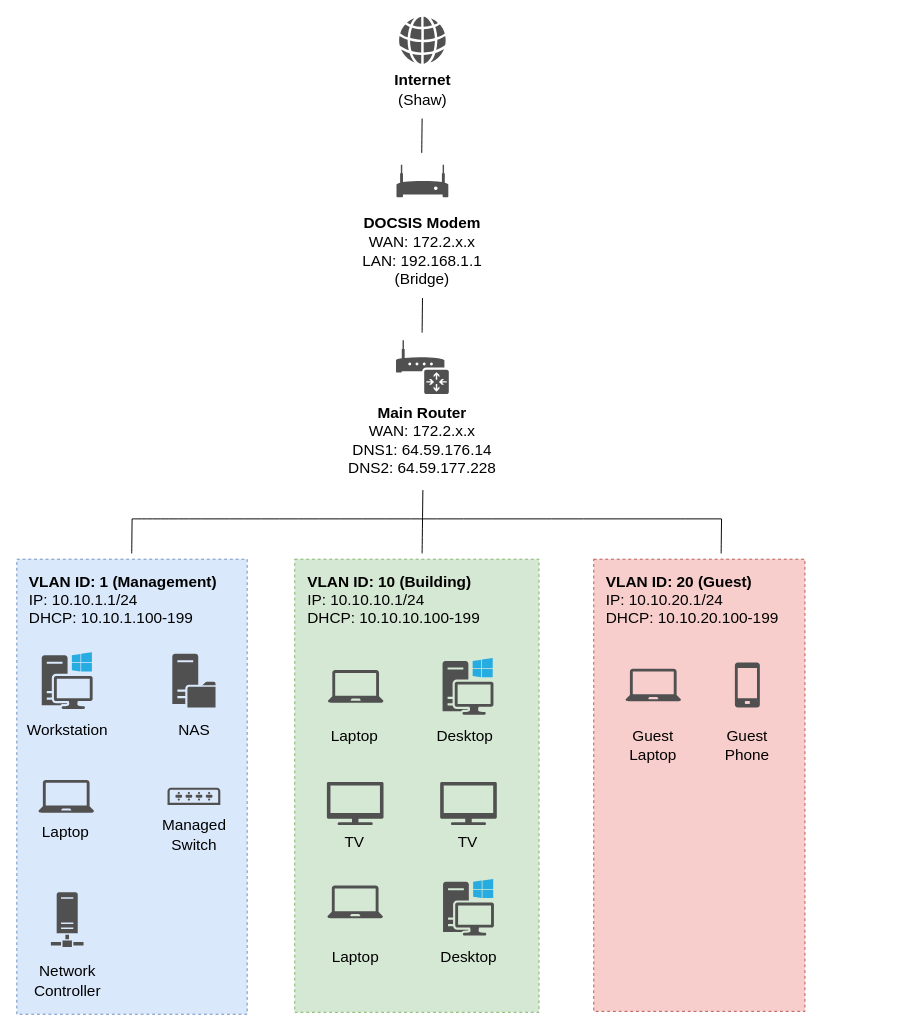
Above: maps/logical.drawio in merogersdev/homelab (draw.io), before the change. Source tidied: cells renumbered, new cells numbered last; positions are measured from the earlier drawing's top-left corner, leaving out a move shared by most shapes. Both pictures are drawn from the tidied source at 96%, with x=0, y=0 at pixel (16, 16).
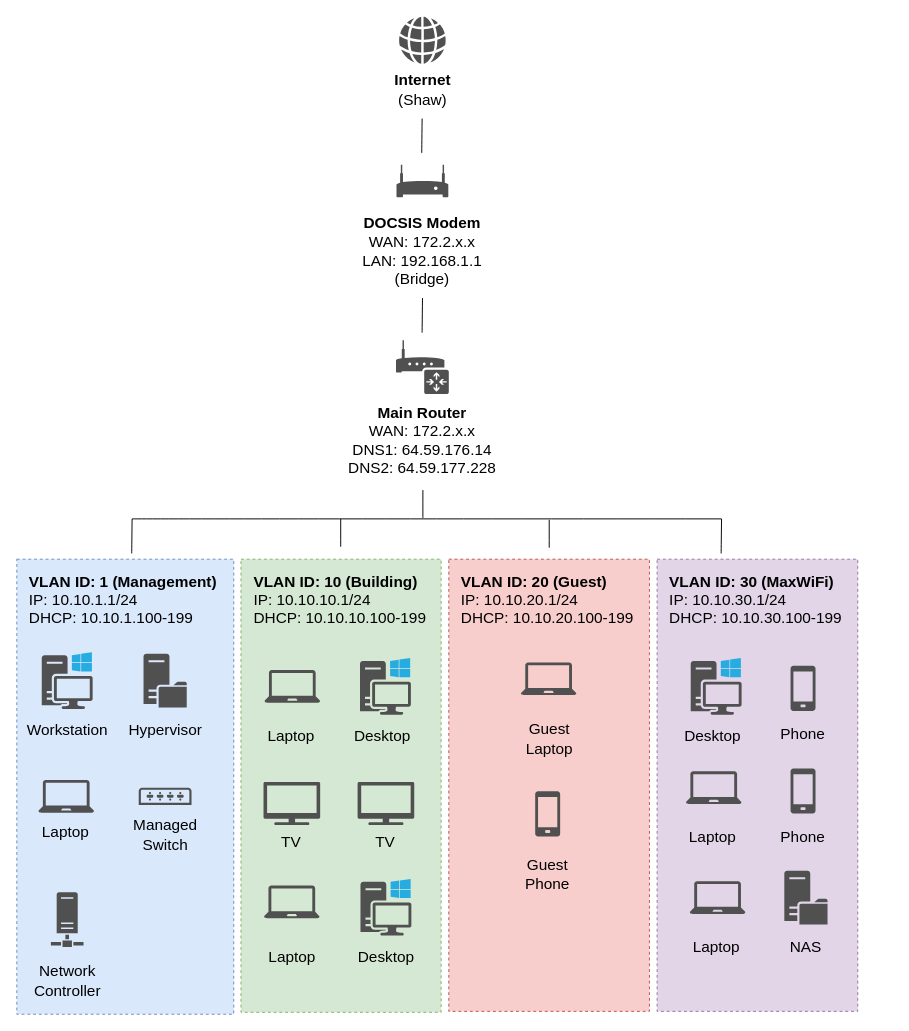
The same diagram, later.

Commit message (it also covers changes not shown here):
update: network diagrams

The edit, as a diff of the source:
```diff
@@
     <mxCell id="10" style="rounded=0;whiteSpace=wrap;html=1;fillColor=#dae8fc;strokeColor=#6c8ebf;dashed=1;glass=0;" parent="1" vertex="1">
-      <mxGeometry y="565" width="240" height="474" as="geometry" />
+      <mxGeometry y="565" width="226" height="474" as="geometry" />
     </mxCell>
@@
     <mxCell id="12" style="sketch=0;shadow=0;dashed=0;html=1;strokeColor=none;fillColor=#505050;labelPosition=center;verticalLabelPosition=bottom;verticalAlign=top;align=center;shape=mxgraph.office.devices.switch;" parent="1" vertex="1">
-      <mxGeometry x="157" y="803" width="55" height="18" as="geometry" />
+      <mxGeometry x="127" y="803" width="55" height="18" as="geometry" />
     </mxCell>
@@
     <mxCell id="15" value="Managed Switch" style="text;strokeColor=none;fillColor=none;html=1;align=center;verticalAlign=middle;whiteSpace=wrap;rounded=0;fontSize=16;" parent="1" vertex="1">
-      <mxGeometry x="154.5" y="834" width="60" height="35" as="geometry" />
+      <mxGeometry x="124.5" y="834" width="60" height="35" as="geometry" />
     </mxCell>
@@
     <mxCell id="18" style="rounded=0;whiteSpace=wrap;html=1;fillColor=#d5e8d4;strokeColor=#82b366;dashed=1;glass=0;" parent="1" vertex="1">
-      <mxGeometry x="289.5" y="565" width="254.5" height="472" as="geometry" />
+      <mxGeometry x="233.5" y="565" width="208.5" height="472" as="geometry" />
     </mxCell>
     <mxCell id="19" value="&lt;b&gt;VLAN ID: 10 (Building)&lt;br&gt;&lt;/b&gt;IP: 10.10.10.1/24&lt;br&gt;DHCP: 10.10.10.100-199" style="text;strokeColor=none;fillColor=none;html=1;align=left;verticalAlign=middle;whiteSpace=wrap;rounded=0;fontSize=16;" parent="1" vertex="1">
-      <mxGeometry x="300.5" y="579" width="234" height="56" as="geometry" />
+      <mxGeometry x="244.5" y="579" width="234" height="56" as="geometry" />
     </mxCell>
     <mxCell id="20" style="rounded=0;whiteSpace=wrap;html=1;fillColor=#f8cecc;strokeColor=#b85450;dashed=1;glass=0;" parent="1" vertex="1">
-      <mxGeometry x="601" y="565" width="220" height="471" as="geometry" />
+      <mxGeometry x="450" y="565" width="209" height="471" as="geometry" />
     </mxCell>
     <mxCell id="21" value="&lt;b&gt;VLAN ID: 20 (Guest)&lt;br&gt;&lt;/b&gt;IP: 10.10.20.1/24&lt;br&gt;DHCP: 10.10.20.100-199" style="text;strokeColor=none;fillColor=none;html=1;align=left;verticalAlign=middle;whiteSpace=wrap;rounded=0;fontSize=16;" parent="1" vertex="1">
-      <mxGeometry x="612" y="579" width="234" height="56" as="geometry" />
+      <mxGeometry x="461" y="579" width="234" height="56" as="geometry" />
     </mxCell>
     <mxCell id="22" style="sketch=0;shadow=0;dashed=0;html=1;strokeColor=none;fillColor=#505050;labelPosition=center;verticalLabelPosition=bottom;verticalAlign=top;align=center;shape=mxgraph.office.devices.laptop;" parent="1" vertex="1">
-      <mxGeometry x="324" y="680.5" width="58" height="34" as="geometry" />
+      <mxGeometry x="258" y="680.5" width="58" height="34" as="geometry" />
     </mxCell>
     <mxCell id="23" value="Laptop" style="text;strokeColor=none;fillColor=none;html=1;align=center;verticalAlign=middle;whiteSpace=wrap;rounded=0;fontSize=16;" parent="1" vertex="1">
-      <mxGeometry x="322" y="731" width="60" height="35" as="geometry" />
+      <mxGeometry x="256" y="731" width="60" height="35" as="geometry" />
     </mxCell>
     <mxCell id="24" style="sketch=0;shadow=0;dashed=0;html=1;strokeColor=none;fillColor=#505050;labelPosition=center;verticalLabelPosition=bottom;verticalAlign=top;align=center;shape=mxgraph.office.devices.workstation_pc;" parent="1" vertex="1">
-      <mxGeometry x="443.5" y="668" width="53" height="59" as="geometry" />
+      <mxGeometry x="357.5" y="668" width="53" height="59" as="geometry" />
     </mxCell>
     <mxCell id="25" value="Desktop" style="text;strokeColor=none;fillColor=none;html=1;align=center;verticalAlign=middle;whiteSpace=wrap;rounded=0;fontSize=16;" parent="1" vertex="1">
-      <mxGeometry x="436.5" y="731" width="60" height="35" as="geometry" />
+      <mxGeometry x="350.5" y="731" width="60" height="35" as="geometry" />
     </mxCell>
     <mxCell id="26" style="sketch=0;shadow=0;dashed=0;html=1;strokeColor=none;fillColor=#505050;labelPosition=center;verticalLabelPosition=bottom;verticalAlign=top;align=center;shape=mxgraph.office.devices.laptop;" parent="1" vertex="1">
-      <mxGeometry x="634" y="679" width="58" height="34" as="geometry" />
+      <mxGeometry x="525" y="672.5" width="58" height="34" as="geometry" />
     </mxCell>
     <mxCell id="27" value="Guest Laptop" style="text;strokeColor=none;fillColor=none;html=1;align=center;verticalAlign=middle;whiteSpace=wrap;rounded=0;fontSize=16;" parent="1" vertex="1">
-      <mxGeometry x="633" y="741" width="60" height="35" as="geometry" />
+      <mxGeometry x="525" y="734.5" width="60" height="35" as="geometry" />
     </mxCell>
     <mxCell id="28" style="sketch=0;shadow=0;dashed=0;html=1;strokeColor=none;fillColor=#505050;labelPosition=center;verticalLabelPosition=bottom;verticalAlign=top;align=center;shape=mxgraph.office.devices.cell_phone_generic;" parent="1" vertex="1">
-      <mxGeometry x="748" y="672.5" width="26" height="47" as="geometry" />
+      <mxGeometry x="540" y="806.8" width="26" height="47" as="geometry" />
     </mxCell>
     <mxCell id="29" value="Guest Phone" style="text;strokeColor=none;fillColor=none;html=1;align=center;verticalAlign=middle;whiteSpace=wrap;rounded=0;fontSize=16;" parent="1" vertex="1">
-      <mxGeometry x="731" y="741" width="60" height="35" as="geometry" />
+      <mxGeometry x="523" y="875.2" width="60" height="35" as="geometry" />
     </mxCell>
     <mxCell id="30" style="sketch=0;shadow=0;dashed=0;html=1;strokeColor=none;fillColor=#505050;labelPosition=center;verticalLabelPosition=bottom;verticalAlign=top;align=center;shape=mxgraph.office.devices.tv;" parent="1" vertex="1">
-      <mxGeometry x="323" y="797" width="59" height="45" as="geometry" />
+      <mxGeometry x="257" y="797" width="59" height="45" as="geometry" />
     </mxCell>
     <mxCell id="31" value="TV" style="text;strokeColor=none;fillColor=none;html=1;align=center;verticalAlign=middle;whiteSpace=wrap;rounded=0;fontSize=16;" parent="1" vertex="1">
-      <mxGeometry x="322" y="841" width="60" height="35" as="geometry" />
+      <mxGeometry x="256" y="841" width="60" height="35" as="geometry" />
     </mxCell>
     <mxCell id="32" style="sketch=0;shadow=0;dashed=0;html=1;strokeColor=none;fillColor=#505050;labelPosition=center;verticalLabelPosition=bottom;verticalAlign=top;align=center;shape=mxgraph.office.devices.tv;" parent="1" vertex="1">
-      <mxGeometry x="441" y="797" width="59" height="45" as="geometry" />
+      <mxGeometry x="355" y="797" width="59" height="45" as="geometry" />
     </mxCell>
     <mxCell id="33" value="TV" style="text;strokeColor=none;fillColor=none;html=1;align=center;verticalAlign=middle;whiteSpace=wrap;rounded=0;fontSize=16;" parent="1" vertex="1">
-      <mxGeometry x="440" y="841" width="60" height="35" as="geometry" />
+      <mxGeometry x="354" y="841" width="60" height="35" as="geometry" />
     </mxCell>
     <mxCell id="34" style="sketch=0;shadow=0;dashed=0;html=1;strokeColor=none;fillColor=#505050;labelPosition=center;verticalLabelPosition=bottom;verticalAlign=top;align=center;shape=mxgraph.office.servers.file_server;" parent="1" vertex="1">
-      <mxGeometry x="162" y="663.5" width="45" height="56" as="geometry" />
+      <mxGeometry x="132" y="663.5" width="45" height="56" as="geometry" />
     </mxCell>
-    <mxCell id="35" value="NAS" style="text;strokeColor=none;fillColor=none;html=1;align=center;verticalAlign=middle;whiteSpace=wrap;rounded=0;fontSize=16;" parent="1" vertex="1">
-      <mxGeometry x="154.5" y="725" width="60" height="35" as="geometry" />
+    <mxCell id="35" value="Hypervisor" style="text;strokeColor=none;fillColor=none;html=1;align=center;verticalAlign=middle;whiteSpace=wrap;rounded=0;fontSize=16;" parent="1" vertex="1">
+      <mxGeometry x="113.8" y="725" width="81.5" height="35" as="geometry" />
     </mxCell>
@@
     <mxCell id="38" style="sketch=0;shadow=0;dashed=0;html=1;strokeColor=none;fillColor=#505050;labelPosition=center;verticalLabelPosition=bottom;verticalAlign=top;align=center;shape=mxgraph.office.devices.laptop;" parent="1" vertex="1">
-      <mxGeometry x="323.5" y="905" width="58" height="34" as="geometry" />
+      <mxGeometry x="257.5" y="905" width="58" height="34" as="geometry" />
     </mxCell>
     <mxCell id="39" value="Laptop" style="text;strokeColor=none;fillColor=none;html=1;align=center;verticalAlign=middle;whiteSpace=wrap;rounded=0;fontSize=16;" parent="1" vertex="1">
-      <mxGeometry x="322.5" y="961.5" width="60" height="35" as="geometry" />
+      <mxGeometry x="256.5" y="961.5" width="60" height="35" as="geometry" />
     </mxCell>
     <mxCell id="40" style="sketch=0;shadow=0;dashed=0;html=1;strokeColor=none;fillColor=#505050;labelPosition=center;verticalLabelPosition=bottom;verticalAlign=top;align=center;shape=mxgraph.office.devices.workstation_pc;" parent="1" vertex="1">
-      <mxGeometry x="444" y="898" width="53" height="59" as="geometry" />
+      <mxGeometry x="358" y="898" width="53" height="59" as="geometry" />
     </mxCell>
     <mxCell id="41" value="Desktop" style="text;strokeColor=none;fillColor=none;html=1;align=center;verticalAlign=middle;whiteSpace=wrap;rounded=0;fontSize=16;" parent="1" vertex="1">
-      <mxGeometry x="441" y="961.5" width="60" height="35" as="geometry" />
+      <mxGeometry x="355" y="961.5" width="60" height="35" as="geometry" />
     </mxCell>
     <mxCell id="42" style="endArrow=none;html=1;rounded=0;fontSize=12;startSize=8;endSize=8;curved=1;" parent="1" edge="1">
       <mxGeometry relative="1" as="geometry">
-        <mxPoint x="422.2" y="559" as="sourcePoint" />
+        <mxPoint x="423" y="522" as="sourcePoint" />
         <mxPoint x="423" y="493" as="targetPoint" />
       </mxGeometry>
     </mxCell>
@@
+    <mxCell id="46" style="rounded=0;whiteSpace=wrap;html=1;fillColor=#e1d5e7;strokeColor=#9673a6;dashed=1;glass=0;" parent="1" vertex="1">
+      <mxGeometry x="667" y="565" width="209" height="471" as="geometry" />
+    </mxCell>
+    <mxCell id="47" value="&lt;b&gt;VLAN ID: 30 (MaxWiFi)&lt;br&gt;&lt;/b&gt;IP: 10.10.30.1/24&lt;br&gt;DHCP: 10.10.30.100-199" style="text;strokeColor=none;fillColor=none;html=1;align=left;verticalAlign=middle;whiteSpace=wrap;rounded=0;fontSize=16;" parent="1" vertex="1">
+      <mxGeometry x="678" y="579" width="234" height="56" as="geometry" />
+    </mxCell>
+    <mxCell id="48" style="sketch=0;shadow=0;dashed=0;html=1;strokeColor=none;fillColor=#505050;labelPosition=center;verticalLabelPosition=bottom;verticalAlign=top;align=center;shape=mxgraph.office.devices.laptop;" parent="1" vertex="1">
+      <mxGeometry x="697" y="786" width="58" height="34" as="geometry" />
+    </mxCell>
+    <mxCell id="49" value="Laptop" style="text;strokeColor=none;fillColor=none;html=1;align=center;verticalAlign=middle;whiteSpace=wrap;rounded=0;fontSize=16;" parent="1" vertex="1">
+      <mxGeometry x="695" y="836.5" width="60" height="35" as="geometry" />
+    </mxCell>
+    <mxCell id="50" style="sketch=0;shadow=0;dashed=0;html=1;strokeColor=none;fillColor=#505050;labelPosition=center;verticalLabelPosition=bottom;verticalAlign=top;align=center;shape=mxgraph.office.devices.workstation_pc;" parent="1" vertex="1">
+      <mxGeometry x="702" y="668" width="53" height="59" as="geometry" />
+    </mxCell>
+    <mxCell id="51" value="Desktop" style="text;strokeColor=none;fillColor=none;html=1;align=center;verticalAlign=middle;whiteSpace=wrap;rounded=0;fontSize=16;" parent="1" vertex="1">
+      <mxGeometry x="695" y="731" width="60" height="35" as="geometry" />
+    </mxCell>
+    <mxCell id="52" style="sketch=0;shadow=0;dashed=0;html=1;strokeColor=none;fillColor=#505050;labelPosition=center;verticalLabelPosition=bottom;verticalAlign=top;align=center;shape=mxgraph.office.devices.laptop;" parent="1" vertex="1">
+      <mxGeometry x="701" y="900.5" width="58" height="34" as="geometry" />
+    </mxCell>
+    <mxCell id="53" value="Laptop" style="text;strokeColor=none;fillColor=none;html=1;align=center;verticalAlign=middle;whiteSpace=wrap;rounded=0;fontSize=16;" parent="1" vertex="1">
+      <mxGeometry x="699" y="951" width="60" height="35" as="geometry" />
+    </mxCell>
+    <mxCell id="54" style="sketch=0;shadow=0;dashed=0;html=1;strokeColor=none;fillColor=#505050;labelPosition=center;verticalLabelPosition=bottom;verticalAlign=top;align=center;shape=mxgraph.office.devices.cell_phone_generic;" parent="1" vertex="1">
+      <mxGeometry x="806" y="676" width="26" height="47" as="geometry" />
+    </mxCell>
+    <mxCell id="55" value="Phone" style="text;strokeColor=none;fillColor=none;html=1;align=center;verticalAlign=middle;whiteSpace=wrap;rounded=0;fontSize=16;" parent="1" vertex="1">
+      <mxGeometry x="789" y="729.5" width="60" height="35" as="geometry" />
+    </mxCell>
+    <mxCell id="56" style="sketch=0;shadow=0;dashed=0;html=1;strokeColor=none;fillColor=#505050;labelPosition=center;verticalLabelPosition=bottom;verticalAlign=top;align=center;shape=mxgraph.office.devices.cell_phone_generic;" parent="1" vertex="1">
+      <mxGeometry x="806" y="783" width="26" height="47" as="geometry" />
+    </mxCell>
+    <mxCell id="57" value="Phone" style="text;strokeColor=none;fillColor=none;html=1;align=center;verticalAlign=middle;whiteSpace=wrap;rounded=0;fontSize=16;" parent="1" vertex="1">
+      <mxGeometry x="789" y="836.5" width="60" height="35" as="geometry" />
+    </mxCell>
+    <mxCell id="58" style="sketch=0;shadow=0;dashed=0;html=1;strokeColor=none;fillColor=#505050;labelPosition=center;verticalLabelPosition=bottom;verticalAlign=top;align=center;shape=mxgraph.office.servers.file_server;" parent="1" vertex="1">
+      <mxGeometry x="799.5" y="889.5" width="45" height="56" as="geometry" />
+    </mxCell>
+    <mxCell id="59" value="NAS" style="text;strokeColor=none;fillColor=none;html=1;align=center;verticalAlign=middle;whiteSpace=wrap;rounded=0;fontSize=16;" parent="1" vertex="1">
+      <mxGeometry x="792" y="951" width="60" height="35" as="geometry" />
+    </mxCell>
+    <mxCell id="60" style="endArrow=none;html=1;rounded=0;fontSize=12;startSize=8;endSize=8;curved=1;" parent="1" edge="1">
+      <mxGeometry relative="1" as="geometry">
+        <mxPoint x="337.4" y="552" as="sourcePoint" />
+        <mxPoint x="337.4" y="523" as="targetPoint" />
+      </mxGeometry>
+    </mxCell>
+    <mxCell id="61" style="endArrow=none;html=1;rounded=0;fontSize=12;startSize=8;endSize=8;curved=1;" parent="1" edge="1">
+      <mxGeometry relative="1" as="geometry">
+        <mxPoint x="554.6" y="553" as="sourcePoint" />
+        <mxPoint x="554.6" y="524" as="targetPoint" />
+      </mxGeometry>
+    </mxCell>
```
